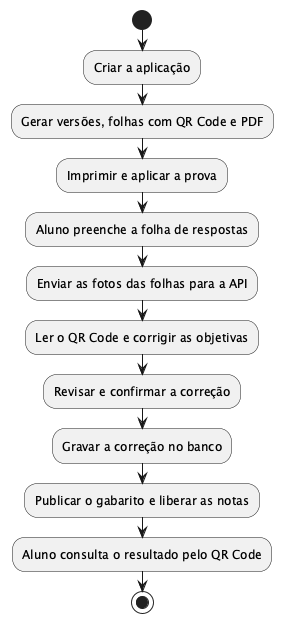
PrieTorres/correctio-app keeps this PlantUML diagram as docs/uml/activity-diagram/activity-diagram-step-1.png. Above is the earlier version. The source it was exported from:
```plantuml
@startuml activity-diagram-step-1
start
:Criar a aplicação;
:Gerar versões, folhas com QR Code e PDF;
:Imprimir e aplicar a prova;
:Aluno preenche a folha de respostas;
:Enviar as fotos das folhas para a API;
:Ler o QR Code e corrigir as objetivas;
:Revisar e confirmar a correção;
:Gravar a correção no banco;
:Publicar o gabarito e liberar as notas;
:Aluno consulta o resultado pelo QR Code;
stop
@enduml
```
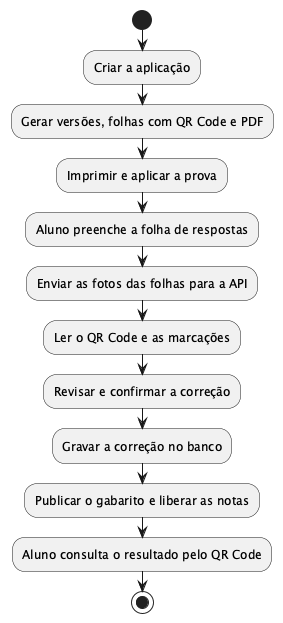
Above is the later version.

Change to the diagram source:
```diff
@@ -5,7 +5,7 @@
 :Imprimir e aplicar a prova;
 :Aluno preenche a folha de respostas;
 :Enviar as fotos das folhas para a API;
-:Ler o QR Code e corrigir as objetivas;
+:Ler o QR Code e as marcações;
 :Revisar e confirmar a correção;
 :Gravar a correção no banco;
 :Publicar o gabarito e liberar as notas;
```
